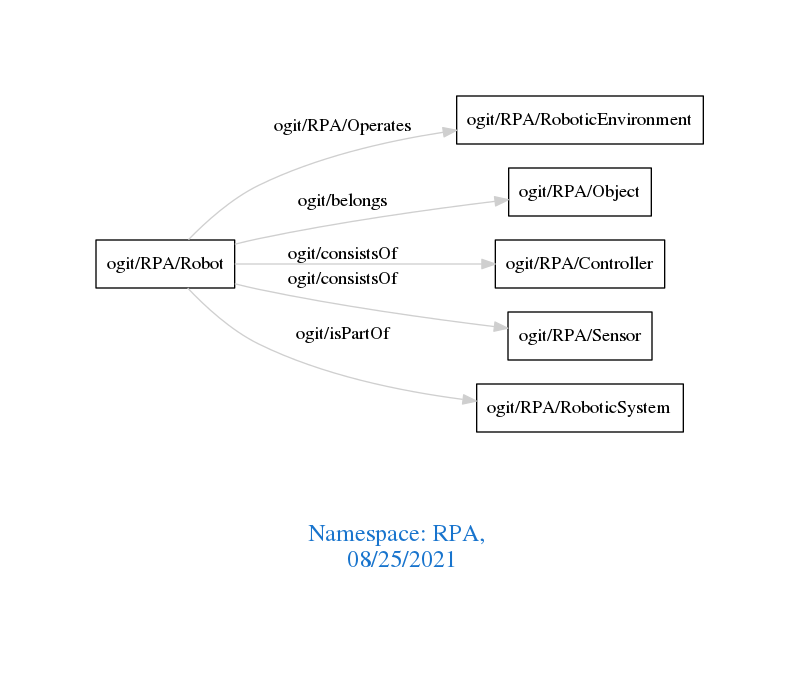
Above: downloads/RPA.png in arago/OGIT (Graphviz), before the change. Its source is kept beside it as downloads/RPA.dot. The source it was exported from:
```dot
digraph OGIT_ontology {
 graph [ rankdir= LR,pad=1
fontsize = 18,
fontcolor= dodgerblue3,label = "\n\n\nNamespace: RPA, \n 08/25/2021"];
node[shape=polygon];
edge [  color="gray81"];

   "ogit/RPA/Robot" -> "ogit/RPA/RoboticEnvironment" [label="   ogit/RPA/Operates    "];
   "ogit/RPA/Robot" -> "ogit/RPA/Object" [label="   ogit/belongs    "];
   "ogit/RPA/Robot" -> "ogit/RPA/Controller" [label="   ogit/consistsOf    "];
   "ogit/RPA/Robot" -> "ogit/RPA/Sensor" [label="   ogit/consistsOf    "];
   "ogit/RPA/Robot" -> "ogit/RPA/RoboticSystem" [label="   ogit/isPartOf    "];
}
```
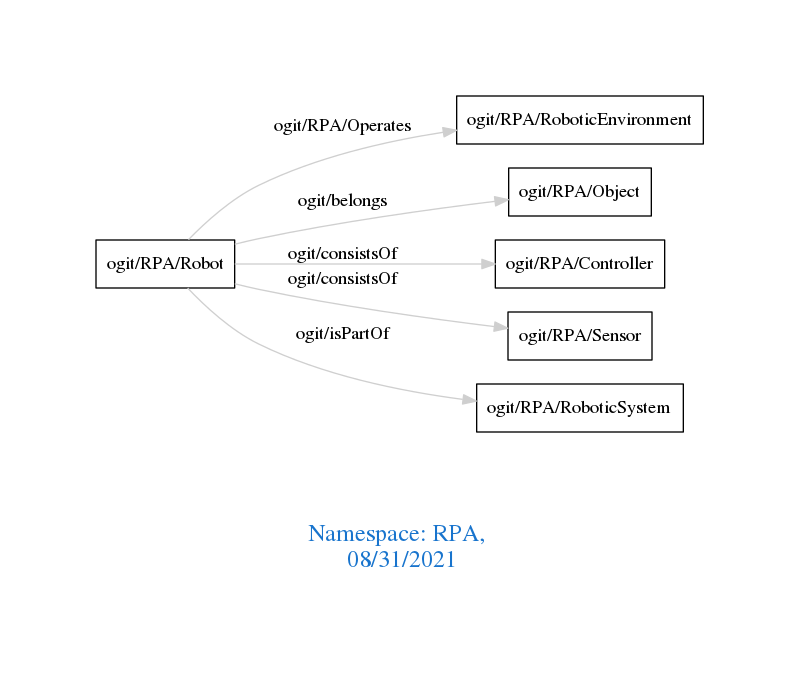
The same diagram one commit later.

Change to the diagram source:
```diff
@@ -1,7 +1,7 @@
 digraph OGIT_ontology {
  graph [ rankdir= LR,pad=1
 fontsize = 18,
-fontcolor= dodgerblue3,label = "\n\n\nNamespace: RPA, \n 08/25/2021"];
+fontcolor= dodgerblue3,label = "\n\n\nNamespace: RPA, \n 08/31/2021"];
 node[shape=polygon];
 edge [  color="gray81"];
 
```
